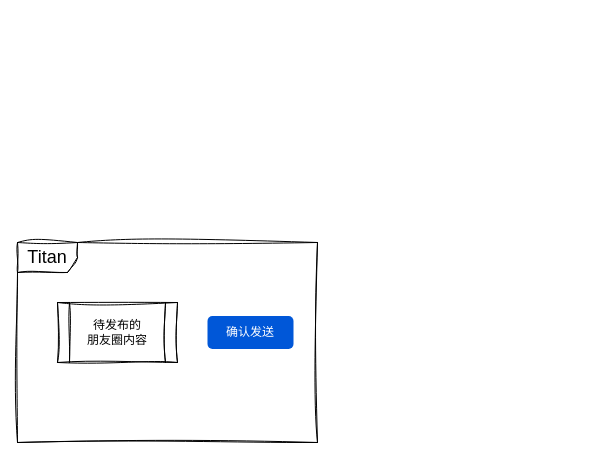
The draw.io diagram post_snstimeline.drawio in skindhu/9GAG, before the edit. Source tidied: cells renumbered, new cells numbered last; positions are measured from the earlier drawing's top-left corner, leaving out a move shared by most shapes. Both pictures are drawn from the tidied source at 100%, with x=0, y=0 at pixel (17, 242).
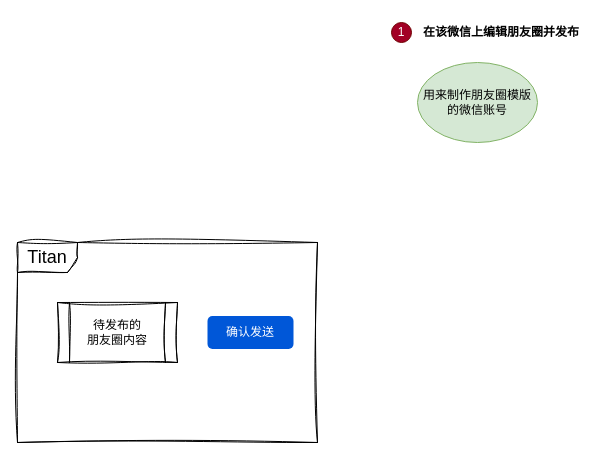
Above is the later version.

The edit, as a diff of the source:
```diff
@@
 <mxGraphModel>
   <root>
     <mxCell id="0" />
     <mxCell id="1" parent="0" />
     <mxCell id="2" value="&lt;font style=&quot;font-size: 18px;&quot;&gt;Titan&lt;/font&gt;" style="shape=umlFrame;whiteSpace=wrap;html=1;sketch=1;curveFitting=1;jiggle=2;" parent="1" vertex="1">
       <mxGeometry width="300" height="200" as="geometry" />
     </mxCell>
     <mxCell id="3" value="待发布的&lt;br&gt;朋友圈内容" style="shape=process;whiteSpace=wrap;html=1;backgroundOutline=1;sketch=1;curveFitting=1;jiggle=2;" parent="1" vertex="1">
       <mxGeometry x="40" y="60" width="120" height="60" as="geometry" />
     </mxCell>
     <mxCell id="4" value="确认发送" style="rounded=1;fillColor=#0057D8;strokeColor=none;html=1;whiteSpace=wrap;fontColor=#ffffff;align=center;verticalAlign=middle;fontStyle=0;fontSize=12;sketch=0;" parent="1" vertex="1">
       <mxGeometry x="190" y="73.5" width="86" height="33" as="geometry" />
     </mxCell>
+    <mxCell id="5" value="用来制作朋友圈模版的微信账号" style="ellipse;whiteSpace=wrap;html=1;fillColor=#d5e8d4;strokeColor=#82b366;" parent="1" vertex="1">
+      <mxGeometry x="400" y="-180" width="120" height="80" as="geometry" />
+    </mxCell>
+    <mxCell id="6" value="1" style="ellipse;whiteSpace=wrap;html=1;fillColor=#a20025;fontColor=#ffffff;strokeColor=#6F0000;" parent="1" vertex="1">
+      <mxGeometry x="374" y="-220" width="20" height="20" as="geometry" />
+    </mxCell>
+    <mxCell id="7" value="在该微信上编辑朋友圈并发布" style="text;html=1;align=center;verticalAlign=middle;whiteSpace=wrap;rounded=0;fontStyle=1;" parent="1" vertex="1">
+      <mxGeometry x="394" y="-225" width="180" height="30" as="geometry" />
+    </mxCell>
   </root>
 </mxGraphModel>
```
